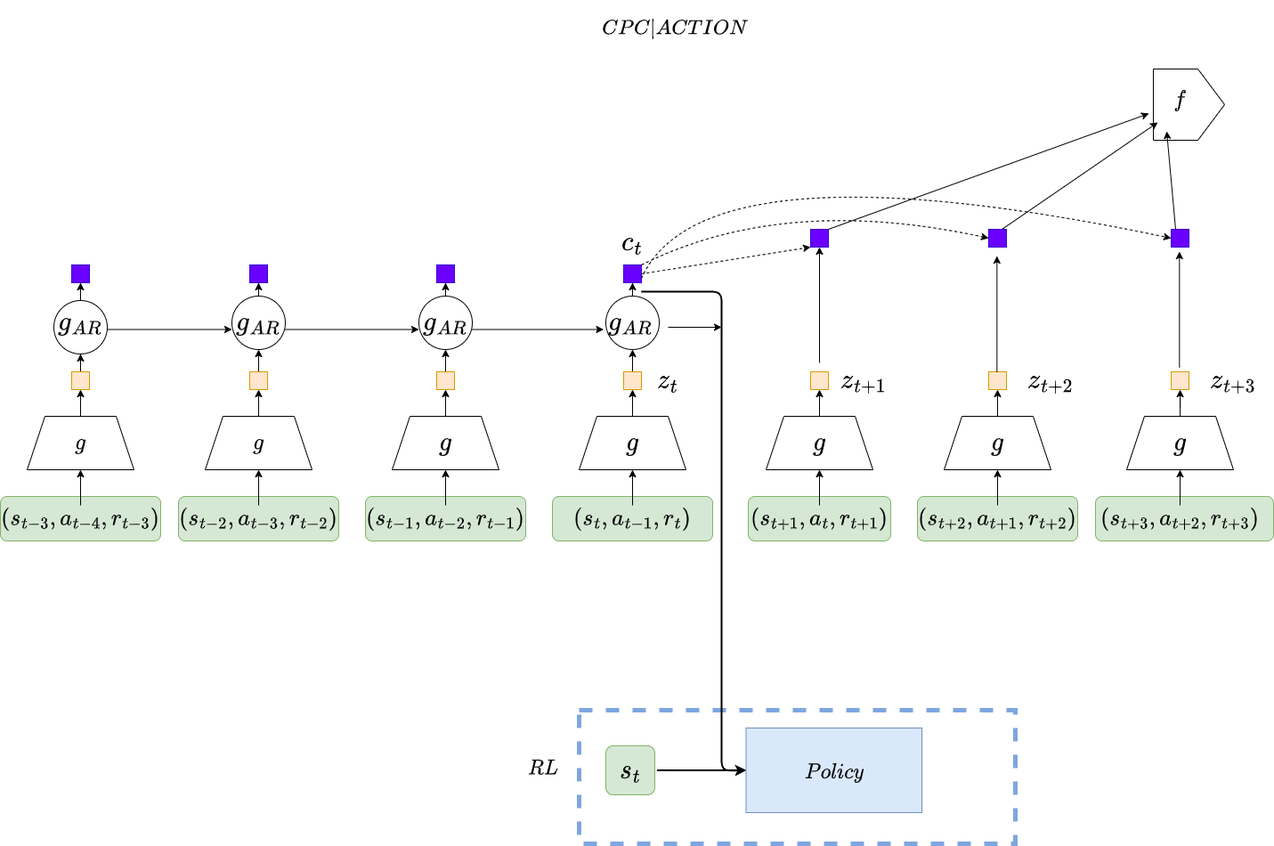
Before: figures/cpc_diag_standard.png, a diagram exported from draw.io (ec2604/ContraBAR). Source tidied: cells renumbered, new cells last; positions are measured from the earlier drawing's top-left corner, leaving out a move shared by most shapes.
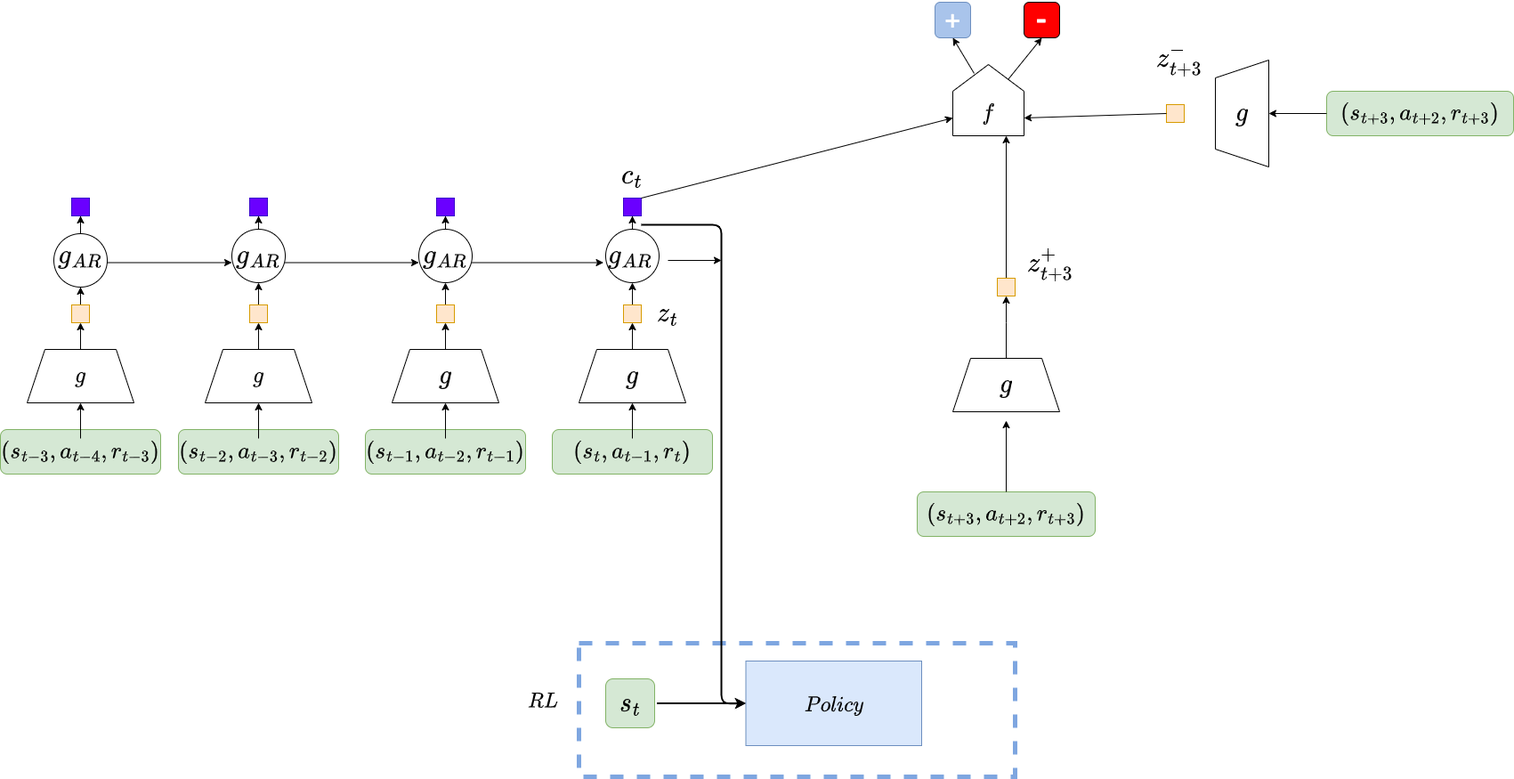
The same file after the commit.

What changed in the source:
```diff
@@ -3,23 +3,20 @@
     <mxCell id="0" />
     <mxCell id="1" parent="0" />
     <mxCell id="2" style="rounded=1;whiteSpace=wrap;html=1;fillColor=#d5e8d4;strokeColor=#82b366;" parent="1" vertex="1">
-      <mxGeometry x="1230" y="540" width="200" height="50" as="geometry" />
+      <mxGeometry x="1030" y="610" width="200" height="50" as="geometry" />
     </mxCell>
     <mxCell id="3" value="&lt;font style=&quot;font-size: 22px;&quot;&gt;$$(s_{t+3},a_{t+2}, r_{t+3})$$&lt;/font&gt;" style="text;html=1;strokeColor=none;fillColor=none;align=center;verticalAlign=middle;whiteSpace=wrap;rounded=0;fontSize=20;" parent="1" vertex="1">
-      <mxGeometry x="1295" y="550" width="60" height="30" as="geometry" />
+      <mxGeometry x="1100" y="620" width="60" height="30" as="geometry" />
     </mxCell>
-    <mxCell id="4" style="rounded=1;whiteSpace=wrap;html=1;fillColor=#d5e8d4;strokeColor=#82b366;" parent="1" vertex="1">
-      <mxGeometry x="1030" y="540" width="180" height="50" as="geometry" />
-    </mxCell>
-    <mxCell id="5" value="&lt;font style=&quot;font-size: 22px;&quot;&gt;$$(s_{t+2},a_{t+1}&amp;nbsp; ,r_{t+2})$$&lt;/font&gt;" style="text;html=1;strokeColor=none;fillColor=none;align=center;verticalAlign=middle;whiteSpace=wrap;rounded=0;fontSize=20;" parent="1" vertex="1">
-      <mxGeometry x="1090" y="550" width="60" height="30" as="geometry" />
-    </mxCell>
-    <mxCell id="6" style="rounded=1;whiteSpace=wrap;html=1;fillColor=#d5e8d4;strokeColor=#82b366;" parent="1" vertex="1">
-      <mxGeometry x="840" y="540" width="160" height="50" as="geometry" />
-    </mxCell>
-    <mxCell id="7" value="&lt;font style=&quot;font-size: 22px;&quot;&gt;$$(s_{t+1}, a_t, r_{t+1})$$&lt;/font&gt;" style="text;html=1;strokeColor=none;fillColor=none;align=center;verticalAlign=middle;whiteSpace=wrap;rounded=0;fontSize=20;" parent="1" vertex="1">
-      <mxGeometry x="890" y="550" width="60" height="30" as="geometry" />
-    </mxCell>
+    <mxCell id="102" style="rounded=1;whiteSpace=wrap;html=1;fillColor=#d5e8d4;strokeColor=#82b366;" parent="1" vertex="1">
+      <mxGeometry x="1490" y="160" width="210" height="50" as="geometry" />
+    </mxCell>
+    <mxCell id="103" value="&lt;font style=&quot;font-size: 22px;&quot;&gt;$$(s_{t+3},a_{t+2}, r_{t+3})$$&lt;/font&gt;" style="text;html=1;strokeColor=none;fillColor=none;align=center;verticalAlign=middle;whiteSpace=wrap;rounded=0;fontSize=20;" parent="1" vertex="1">
+      <mxGeometry x="1565" y="170" width="60" height="30" as="geometry" />
+    </mxCell>
+    <mxCell id="104" style="edgeStyle=orthogonalEdgeStyle;rounded=0;jettySize=auto;html=1;" parent="1" edge="1" source="102" target="110">
+      <mxGeometry relative="1" as="geometry" />
+    </mxCell>
     <mxCell id="8" style="rounded=0;whiteSpace=wrap;html=1;strokeWidth=5;fontSize=20;fontColor=#000000;fillColor=none;shadow=0;dashed=1;glass=0;strokeColor=#7EA6E0;" parent="1" vertex="1">
       <mxGeometry x="650" y="780" width="490" height="150" as="geometry" />
     </mxCell>
@@ -156,59 +153,14 @@
     <mxCell id="47" style="rounded=0;whiteSpace=wrap;html=1;fontSize=20;fillColor=#6a00ff;strokeColor=#3700CC;fontColor=#ffffff;" parent="1" vertex="1">
       <mxGeometry x="700" y="280" width="20" height="20" as="geometry" />
     </mxCell>
-    <mxCell id="48" style="edgeStyle=orthogonalEdgeStyle;rounded=0;jettySize=auto;html=1;fontSize=20;" parent="1" edge="1" target="50">
-      <mxGeometry relative="1" as="geometry">
-        <mxPoint x="920" y="450" as="sourcePoint" />
-      </mxGeometry>
-    </mxCell>
-    <mxCell id="49" style="edgeStyle=orthogonalEdgeStyle;rounded=0;jettySize=auto;html=1;fontSize=20;" parent="1" edge="1" source="7">
-      <mxGeometry relative="1" as="geometry">
-        <mxPoint x="920" y="510" as="targetPoint" />
-      </mxGeometry>
-    </mxCell>
-    <mxCell id="50" style="rounded=0;whiteSpace=wrap;html=1;fontSize=20;fillColor=#ffe6cc;strokeColor=#d79b00;" parent="1" vertex="1">
-      <mxGeometry x="910" y="400" width="20" height="20" as="geometry" />
-    </mxCell>
     <mxCell id="51" value="$$c_t$$" style="text;html=1;strokeColor=none;fillColor=none;align=center;verticalAlign=middle;whiteSpace=wrap;rounded=0;fontSize=26;" parent="1" vertex="1">
       <mxGeometry x="680" y="240" width="60" height="30" as="geometry" />
     </mxCell>
     <mxCell id="52" value="$$z_t$$" style="text;html=1;strokeColor=none;fillColor=none;align=center;verticalAlign=middle;whiteSpace=wrap;rounded=0;fontSize=26;" parent="1" vertex="1">
       <mxGeometry x="720" y="395" width="60" height="30" as="geometry" />
     </mxCell>
-    <mxCell id="53" style="edgeStyle=orthogonalEdgeStyle;rounded=0;jettySize=auto;html=1;fontSize=20;" parent="1" edge="1" target="55">
-      <mxGeometry relative="1" as="geometry">
-        <mxPoint x="1120" y="450" as="sourcePoint" />
-      </mxGeometry>
-    </mxCell>
-    <mxCell id="54" style="edgeStyle=orthogonalEdgeStyle;rounded=0;jettySize=auto;html=1;fontSize=20;" parent="1" edge="1" source="5">
-      <mxGeometry relative="1" as="geometry">
-        <mxPoint x="1120" y="510" as="targetPoint" />
-      </mxGeometry>
-    </mxCell>
-    <mxCell id="55" style="rounded=0;whiteSpace=wrap;html=1;fontSize=20;fillColor=#ffe6cc;strokeColor=#d79b00;" parent="1" vertex="1">
-      <mxGeometry x="1110" y="400" width="20" height="20" as="geometry" />
-    </mxCell>
-    <mxCell id="56" style="edgeStyle=orthogonalEdgeStyle;rounded=0;jettySize=auto;html=1;fontSize=20;" parent="1" edge="1" target="58">
-      <mxGeometry relative="1" as="geometry">
-        <mxPoint x="1325" y="450" as="sourcePoint" />
-      </mxGeometry>
-    </mxCell>
-    <mxCell id="57" style="edgeStyle=orthogonalEdgeStyle;rounded=0;jettySize=auto;html=1;fontSize=20;" parent="1" edge="1" source="3">
-      <mxGeometry relative="1" as="geometry">
-        <mxPoint x="1325" y="510" as="targetPoint" />
-      </mxGeometry>
-    </mxCell>
-    <mxCell id="58" style="rounded=0;whiteSpace=wrap;html=1;fontSize=20;fillColor=#ffe6cc;strokeColor=#d79b00;" parent="1" vertex="1">
-      <mxGeometry x="1315" y="400" width="20" height="20" as="geometry" />
-    </mxCell>
-    <mxCell id="59" value="$$z_{t+1}$$" style="text;html=1;strokeColor=none;fillColor=none;align=center;verticalAlign=middle;whiteSpace=wrap;rounded=0;fontSize=26;" parent="1" vertex="1">
-      <mxGeometry x="940" y="395" width="60" height="30" as="geometry" />
-    </mxCell>
-    <mxCell id="60" value="$$z_{t+2}$$" style="text;html=1;strokeColor=none;fillColor=none;align=center;verticalAlign=middle;whiteSpace=wrap;rounded=0;fontSize=26;" parent="1" vertex="1">
-      <mxGeometry x="1150" y="395" width="60" height="30" as="geometry" />
-    </mxCell>
-    <mxCell id="61" value="$$z_{t+3}$$" style="text;html=1;strokeColor=none;fillColor=none;align=center;verticalAlign=middle;whiteSpace=wrap;rounded=0;fontSize=26;" parent="1" vertex="1">
-      <mxGeometry x="1355" y="395" width="60" height="30" as="geometry" />
+    <mxCell id="61" value="$$z_{t+3}^{+}$$" style="text;html=1;strokeColor=none;fillColor=none;align=center;verticalAlign=middle;whiteSpace=wrap;rounded=0;fontSize=26;" parent="1" vertex="1">
+      <mxGeometry x="1150" y="340" width="60" height="30" as="geometry" />
     </mxCell>
     <mxCell id="62" style="shape=trapezoid;perimeter=trapezoidPerimeter;whiteSpace=wrap;html=1;fixedSize=1;fontSize=26;" parent="1" vertex="1">
       <mxGeometry x="230" y="450" width="120" height="60" as="geometry" />
@@ -228,29 +180,25 @@
     <mxCell id="67" value="&lt;font style=&quot;font-size: 26px;&quot;&gt;$$g$$&lt;/font&gt;" style="text;html=1;strokeColor=none;fillColor=none;align=center;verticalAlign=middle;whiteSpace=wrap;rounded=0;fontSize=20;" parent="1" vertex="1">
       <mxGeometry x="680" y="465" width="60" height="30" as="geometry" />
     </mxCell>
-    <mxCell id="68" style="shape=trapezoid;perimeter=trapezoidPerimeter;whiteSpace=wrap;html=1;fixedSize=1;fontSize=26;" parent="1" vertex="1">
-      <mxGeometry x="860" y="450" width="120" height="60" as="geometry" />
-    </mxCell>
-    <mxCell id="69" value="&lt;font style=&quot;font-size: 26px;&quot;&gt;$$g$$&lt;/font&gt;" style="text;html=1;strokeColor=none;fillColor=none;align=center;verticalAlign=middle;whiteSpace=wrap;rounded=0;fontSize=20;" parent="1" vertex="1">
-      <mxGeometry x="890" y="465" width="60" height="30" as="geometry" />
-    </mxCell>
-    <mxCell id="70" style="shape=trapezoid;perimeter=trapezoidPerimeter;whiteSpace=wrap;html=1;fixedSize=1;fontSize=26;" parent="1" vertex="1">
-      <mxGeometry x="1060" y="450" width="120" height="60" as="geometry" />
-    </mxCell>
-    <mxCell id="71" value="&lt;font style=&quot;font-size: 26px;&quot;&gt;$$g$$&lt;/font&gt;" style="text;html=1;strokeColor=none;fillColor=none;align=center;verticalAlign=middle;whiteSpace=wrap;rounded=0;fontSize=20;" parent="1" vertex="1">
-      <mxGeometry x="1090" y="465" width="60" height="30" as="geometry" />
-    </mxCell>
+    <mxCell id="105" style="edgeStyle=orthogonalEdgeStyle;rounded=0;jettySize=auto;html=1;" parent="1" edge="1" source="72" target="58">
+      <mxGeometry relative="1" as="geometry">
+        <Array as="points">
+          <mxPoint x="1130" y="420" />
+          <mxPoint x="1130" y="420" />
+        </Array>
+      </mxGeometry>
+    </mxCell>
     <mxCell id="72" style="shape=trapezoid;perimeter=trapezoidPerimeter;whiteSpace=wrap;html=1;fixedSize=1;fontSize=26;" parent="1" vertex="1">
-      <mxGeometry x="1265" y="450" width="120" height="60" as="geometry" />
+      <mxGeometry x="1070" y="460" width="120" height="60" as="geometry" />
     </mxCell>
     <mxCell id="73" value="&lt;font style=&quot;font-size: 26px;&quot;&gt;$$g$$&lt;/font&gt;" style="text;html=1;strokeColor=none;fillColor=none;align=center;verticalAlign=middle;whiteSpace=wrap;rounded=0;fontSize=20;" parent="1" vertex="1">
-      <mxGeometry x="1295" y="465" width="60" height="30" as="geometry" />
+      <mxGeometry x="1100" y="475" width="60" height="30" as="geometry" />
     </mxCell>
-    <mxCell id="74" style="shape=offPageConnector;whiteSpace=wrap;html=1;fontSize=26;rotation=-90;" parent="1" vertex="1">
-      <mxGeometry x="1295" y="60" width="80" height="80" as="geometry" />
+    <mxCell id="74" style="shape=offPageConnector;whiteSpace=wrap;html=1;fontSize=26;rotation=-180;" parent="1" vertex="1">
+      <mxGeometry x="1070" y="130" width="80" height="80" as="geometry" />
     </mxCell>
     <mxCell id="75" value="&lt;font style=&quot;font-size: 22px;&quot;&gt;$$f$$&lt;/font&gt;" style="text;html=1;strokeColor=none;fillColor=none;align=center;verticalAlign=middle;whiteSpace=wrap;rounded=0;fontSize=20;" parent="1" vertex="1">
-      <mxGeometry x="1295" y="80" width="60" height="30" as="geometry" />
+      <mxGeometry x="1080" y="170" width="60" height="30" as="geometry" />
     </mxCell>
     <mxCell id="76" style="rounded=1;whiteSpace=wrap;html=1;fillColor=#d5e8d4;strokeColor=#82b366;" parent="1" vertex="1">
       <mxGeometry x="680" y="820" width="55" height="55" as="geometry" />
@@ -273,9 +221,6 @@
         </Array>
       </mxGeometry>
     </mxCell>
-    <mxCell id="81" value="$$CPC \vert ACTION$$" style="text;html=1;strokeColor=none;fillColor=none;align=center;verticalAlign=middle;whiteSpace=wrap;rounded=0;shadow=0;glass=0;dashed=1;strokeWidth=5;fontSize=20;fontColor=#000000;" parent="1" vertex="1">
-      <mxGeometry x="727.5" width="60" height="30" as="geometry" />
-    </mxCell>
     <mxCell id="82" value="$$RL$$" style="text;html=1;strokeColor=none;fillColor=none;align=center;verticalAlign=middle;whiteSpace=wrap;rounded=0;shadow=0;glass=0;dashed=1;strokeWidth=5;fontSize=20;fontColor=#000000;" parent="1" vertex="1">
       <mxGeometry x="580" y="831.2" width="60" height="30" as="geometry" />
     </mxCell>
@@ -303,63 +248,49 @@
         <mxPoint x="810" y="350" as="targetPoint" />
       </mxGeometry>
     </mxCell>
-    <mxCell id="90" style="rounded=0;whiteSpace=wrap;html=1;fontSize=20;fillColor=#6a00ff;strokeColor=#3700CC;fontColor=#ffffff;" parent="1" vertex="1">
-      <mxGeometry x="910" y="240" width="20" height="20" as="geometry" />
-    </mxCell>
-    <mxCell id="91" style="rounded=0;whiteSpace=wrap;html=1;fontSize=20;fillColor=#6a00ff;strokeColor=#3700CC;fontColor=#ffffff;" parent="1" vertex="1">
-      <mxGeometry x="1110" y="240" width="20" height="20" as="geometry" />
-    </mxCell>
-    <mxCell id="92" style="rounded=0;whiteSpace=wrap;html=1;fontSize=20;fillColor=#6a00ff;strokeColor=#3700CC;fontColor=#ffffff;" parent="1" vertex="1">
-      <mxGeometry x="1315" y="240" width="20" height="20" as="geometry" />
-    </mxCell>
-    <mxCell id="93" style="endArrow=classic;html=1;sketch=0;strokeWidth=1;fontSize=26;fontColor=#000000;curved=1;entryX=0;entryY=1;entryDx=0;entryDy=0;exitX=1;exitY=0.5;exitDx=0;exitDy=0;dashed=1;" parent="1" edge="1" source="47" target="90">
-      <mxGeometry relative="1" as="geometry" />
-    </mxCell>
-    <mxCell id="94" style="endArrow=classic;html=1;sketch=0;strokeWidth=1;fontSize=26;fontColor=#000000;curved=1;entryX=0.5;entryY=1;entryDx=0;entryDy=0;" parent="1" edge="1" target="90">
-      <mxGeometry relative="1" as="geometry">
-        <mxPoint x="920" y="390" as="sourcePoint" />
-      </mxGeometry>
-    </mxCell>
-    <mxCell id="95" style="endArrow=classic;html=1;sketch=0;strokeWidth=1;fontSize=26;fontColor=#000000;curved=1;entryX=0.5;entryY=1;entryDx=0;entryDy=0;" parent="1" edge="1">
-      <mxGeometry relative="1" as="geometry">
-        <mxPoint x="1119.3" y="400" as="sourcePoint" />
-        <mxPoint x="1119.3" y="270" as="targetPoint" />
-      </mxGeometry>
-    </mxCell>
-    <mxCell id="96" style="endArrow=classic;html=1;sketch=0;strokeWidth=1;fontSize=26;fontColor=#000000;curved=1;entryX=0.5;entryY=1;entryDx=0;entryDy=0;" parent="1" edge="1">
-      <mxGeometry relative="1" as="geometry">
-        <mxPoint x="1324.3" y="395" as="sourcePoint" />
-        <mxPoint x="1324.3" y="265" as="targetPoint" />
-      </mxGeometry>
+    <mxCell id="96" style="endArrow=classic;html=1;sketch=0;strokeWidth=1;fontSize=26;fontColor=#000000;curved=1;entryX=0.25;entryY=0;entryDx=0;entryDy=0;startArrow=none;" parent="1" edge="1" source="58" target="74">
+      <mxGeometry relative="1" as="geometry" />
     </mxCell>
-    <mxCell id="97" style="endArrow=classic;html=1;sketch=0;strokeWidth=1;fontSize=26;fontColor=#000000;curved=1;exitX=1;exitY=0;exitDx=0;exitDy=0;entryX=0;entryY=0.5;entryDx=0;entryDy=0;dashed=1;" parent="1" edge="1" source="47" target="91">
-      <mxGeometry relative="1" as="geometry">
-        <Array as="points">
-          <mxPoint x="880" y="200" />
-        </Array>
-      </mxGeometry>
-    </mxCell>
-    <mxCell id="98" style="endArrow=classic;html=1;sketch=0;strokeWidth=1;fontSize=26;fontColor=#000000;curved=1;exitX=1;exitY=0.75;exitDx=0;exitDy=0;entryX=0;entryY=0.5;entryDx=0;entryDy=0;dashed=1;" parent="1" edge="1" source="47" target="92">
-      <mxGeometry relative="1" as="geometry">
-        <Array as="points">
-          <mxPoint x="790" y="140" />
-        </Array>
-      </mxGeometry>
-    </mxCell>
-    <mxCell id="99" style="endArrow=classic;html=1;sketch=0;strokeWidth=1;fontSize=26;fontColor=#000000;curved=1;entryX=1;entryY=0;entryDx=0;entryDy=0;exitX=1;exitY=0;exitDx=0;exitDy=0;" parent="1" edge="1" source="90">
-      <mxGeometry relative="1" as="geometry">
-        <mxPoint x="1290" y="110" as="targetPoint" />
-      </mxGeometry>
-    </mxCell>
-    <mxCell id="100" style="endArrow=classic;html=1;sketch=0;strokeWidth=1;fontSize=26;fontColor=#000000;curved=1;entryX=1;entryY=0;entryDx=0;entryDy=0;exitX=0.75;exitY=0;exitDx=0;exitDy=0;" parent="1" edge="1" source="91">
-      <mxGeometry relative="1" as="geometry">
-        <mxPoint x="1300" y="120" as="targetPoint" />
-      </mxGeometry>
-    </mxCell>
-    <mxCell id="101" style="endArrow=classic;html=1;sketch=0;strokeWidth=1;fontSize=26;fontColor=#000000;curved=1;entryX=1;entryY=0;entryDx=0;entryDy=0;exitX=0.25;exitY=0;exitDx=0;exitDy=0;" parent="1" edge="1" source="92">
-      <mxGeometry relative="1" as="geometry">
-        <mxPoint x="1310" y="130" as="targetPoint" />
-      </mxGeometry>
-    </mxCell>
+    <mxCell id="106" style="endArrow=classic;html=1;sketch=0;strokeWidth=1;fontSize=26;fontColor=#000000;curved=1;entryX=1;entryY=0.25;entryDx=0;entryDy=0;exitX=0.5;exitY=0;exitDx=0;exitDy=0;" parent="1" edge="1" target="74">
+      <mxGeometry relative="1" as="geometry">
+        <mxPoint x="720" y="280" as="sourcePoint" />
+      </mxGeometry>
+    </mxCell>
+    <mxCell id="107" style="rounded=0;whiteSpace=wrap;html=1;fontSize=20;fillColor=#ffe6cc;strokeColor=#d79b00;" parent="1" vertex="1">
+      <mxGeometry x="1310" y="175" width="20" height="20" as="geometry" />
+    </mxCell>
+    <mxCell id="108" value="$$z_{t+3}^{-}$$" style="text;html=1;strokeColor=none;fillColor=none;align=center;verticalAlign=middle;whiteSpace=wrap;rounded=0;fontSize=26;" parent="1" vertex="1">
+      <mxGeometry x="1295" y="110" width="60" height="30" as="geometry" />
+    </mxCell>
+    <mxCell id="109" style="shape=trapezoid;perimeter=trapezoidPerimeter;whiteSpace=wrap;html=1;fixedSize=1;fontSize=26;rotation=-90;" parent="1" vertex="1">
+      <mxGeometry x="1335" y="155" width="120" height="60" as="geometry" />
+    </mxCell>
+    <mxCell id="110" value="&lt;font style=&quot;font-size: 26px;&quot;&gt;$$g$$&lt;/font&gt;" style="text;html=1;strokeColor=none;fillColor=none;align=center;verticalAlign=middle;whiteSpace=wrap;rounded=0;fontSize=20;" parent="1" vertex="1">
+      <mxGeometry x="1365" y="170" width="60" height="30" as="geometry" />
+    </mxCell>
+    <mxCell id="111" style="endArrow=classic;html=1;sketch=0;strokeWidth=1;fontSize=26;fontColor=#000000;curved=1;entryX=0;entryY=0.25;entryDx=0;entryDy=0;exitX=0;exitY=0.5;exitDx=0;exitDy=0;" parent="1" edge="1" source="107" target="74">
+      <mxGeometry relative="1" as="geometry" />
+    </mxCell>
+    <mxCell id="58" style="rounded=0;whiteSpace=wrap;html=1;fontSize=20;fillColor=#ffe6cc;strokeColor=#d79b00;" parent="1" vertex="1">
+      <mxGeometry x="1120" y="370" width="20" height="20" as="geometry" />
+    </mxCell>
+    <mxCell id="112" style="endArrow=classic;html=1;rounded=0;" parent="1" edge="1">
+      <mxGeometry relative="1" as="geometry">
+        <mxPoint x="1130" y="610" as="sourcePoint" />
+        <mxPoint x="1130" y="530" as="targetPoint" />
+      </mxGeometry>
+    </mxCell>
+    <mxCell id="113" value="+" style="rounded=1;whiteSpace=wrap;html=1;fillColor=#A9C4EB;strokeColor=#6c8ebf;fontSize=29;fontColor=#FFFFFF;" parent="1" vertex="1">
+      <mxGeometry x="1050" y="60" width="40" height="40" as="geometry" />
+    </mxCell>
+    <mxCell id="114" value="-" style="rounded=1;whiteSpace=wrap;html=1;fillColor=#FF0000;fontSize=37;fontColor=#FFFFFF;" parent="1" vertex="1">
+      <mxGeometry x="1150" y="60" width="40" height="40" as="geometry" />
+    </mxCell>
+    <mxCell id="115" style="endArrow=classic;html=1;rounded=0;exitX=0.225;exitY=0.788;exitDx=0;exitDy=0;exitPerimeter=0;entryX=0.5;entryY=1;entryDx=0;entryDy=0;" parent="1" edge="1" source="74" target="114">
+      <mxGeometry relative="1" as="geometry" />
+    </mxCell>
+    <mxCell id="116" style="endArrow=classic;html=1;rounded=0;exitX=0.7;exitY=0.875;exitDx=0;exitDy=0;exitPerimeter=0;entryX=0.5;entryY=1;entryDx=0;entryDy=0;" parent="1" edge="1" source="74" target="113">
+      <mxGeometry relative="1" as="geometry" />
+    </mxCell>
   </root>
 </mxGraphModel>
```
